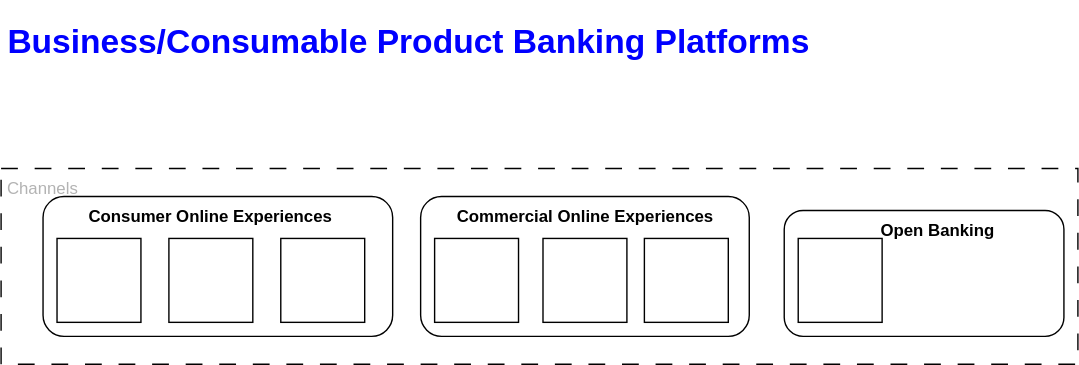
Before: Work Samples/WF/WF_BPPA.drawio.svg, a diagram exported from draw.io (uchiharizvi/design-diagrams). Source tidied: cells renumbered, new cells last; positions are measured from the earlier drawing's top-left corner, leaving out a move shared by most shapes.
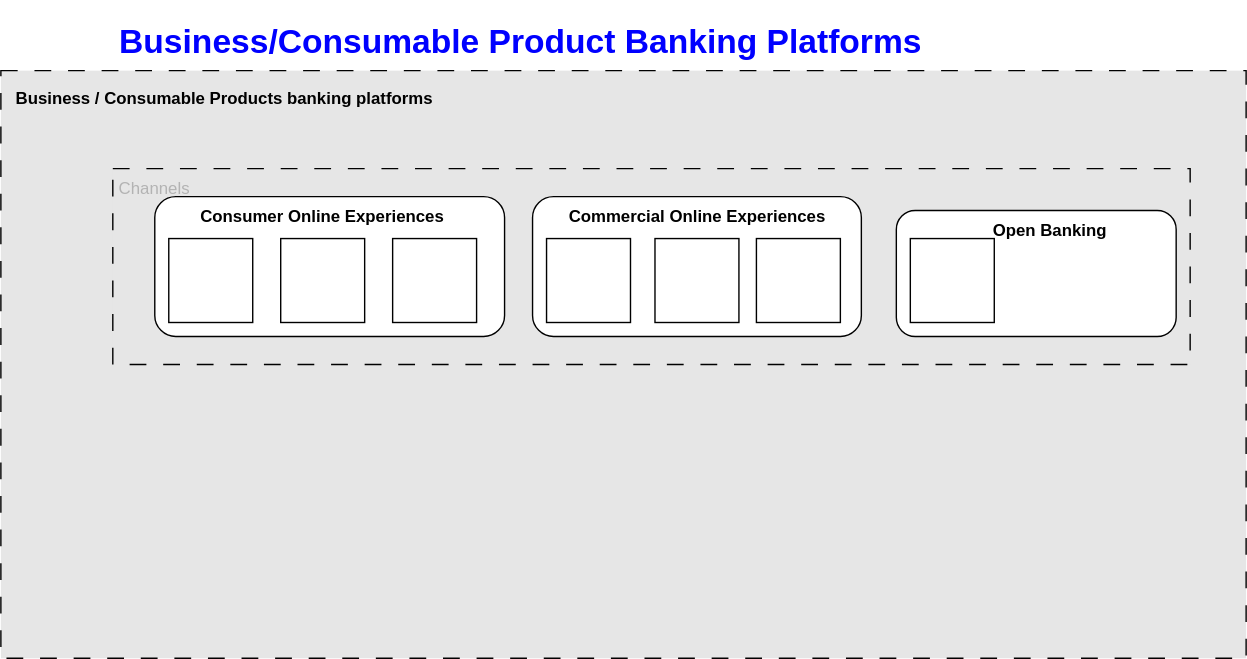
After the commit.

Diff of the diagram source:
```diff
@@ -2,7 +2,10 @@
   <root>
     <mxCell id="0" />
     <mxCell id="1" parent="0" />
+    <mxCell id="18" style="rounded=0;whiteSpace=wrap;html=1;dashed=1;dashPattern=12 12;fillColor=#E6E6E6;" parent="1" vertex="1">
+      <mxGeometry x="-80" y="40" width="890" height="420" as="geometry" />
+    </mxCell>
-    <mxCell id="2" style="rounded=0;whiteSpace=wrap;html=1;dashed=1;dashPattern=12 12;" parent="1" vertex="1">
+    <mxCell id="2" style="rounded=0;whiteSpace=wrap;html=1;dashed=1;dashPattern=12 12;strokeColor=#000000;fillColor=#E6E6E6;" parent="1" vertex="1">
       <mxGeometry y="110" width="770" height="140" as="geometry" />
     </mxCell>
     <mxCell id="3" value="&lt;h1&gt;&lt;font color=&quot;#0000ff&quot;&gt;Business/Consumable Product Banking Platforms&lt;/font&gt;&lt;/h1&gt;" style="text;html=1;spacing=5;spacingTop=-20;whiteSpace=wrap;overflow=hidden;rounded=0;" parent="1" vertex="1">
@@ -50,5 +53,8 @@
     <mxCell id="17" value="&lt;font color=&quot;#b3b3b3&quot;&gt;Channels&lt;/font&gt;" style="text;html=1;align=center;verticalAlign=middle;whiteSpace=wrap;rounded=0;" parent="1" vertex="1">
       <mxGeometry y="110" width="60" height="30" as="geometry" />
     </mxCell>
+    <mxCell id="19" value="&lt;b&gt;Business / Consumable Products banking platforms&lt;/b&gt;" style="text;html=1;align=center;verticalAlign=middle;whiteSpace=wrap;rounded=0;" parent="1" vertex="1">
+      <mxGeometry x="-80" y="45" width="320" height="30" as="geometry" />
+    </mxCell>
   </root>
 </mxGraphModel>
```
